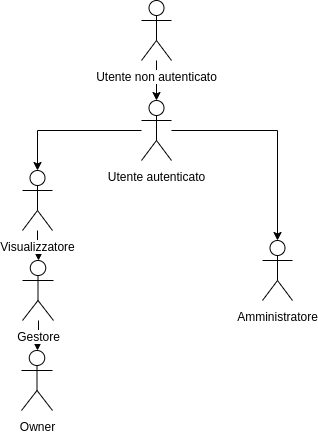
The draw.io diagram esterni/analisi-dei-requisiti/components/diagrams/users-diagrams/web_users.png in GruppOne/project-docs, before a commit. Source tidied: cells renumbered, new cells last; positions are measured from the earlier drawing's top-left corner, leaving out a move shared by most shapes.
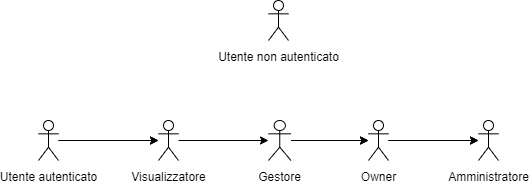
Above is the later version.

Commit message:
docs: modifica diagramma utenti web e app

The edit, as a diff of the source:
```diff
@@ -1,39 +1,47 @@
-<mxGraphModel background="#ffffff">
+<mxGraphModel>
   <root>
     <mxCell id="0" />
     <mxCell id="1" parent="0" />
-    <mxCell id="2" style="edgeStyle=orthogonalEdgeStyle;rounded=0;jettySize=auto;html=1;" parent="1" edge="1" source="3" target="6">
-      <mxGeometry relative="1" as="geometry" />
-    </mxCell>
     <mxCell id="3" value="Utente non autenticato" style="shape=umlActor;verticalLabelPosition=bottom;labelBackgroundColor=#ffffff;verticalAlign=top;html=1;" parent="1" vertex="1">
-      <mxGeometry x="120" width="30" height="60" as="geometry" />
+      <mxGeometry x="-49" y="10" width="20" height="40" as="geometry" />
     </mxCell>
-    <mxCell id="4" style="edgeStyle=orthogonalEdgeStyle;rounded=0;jettySize=auto;html=1;" parent="1" edge="1" source="6" target="9">
-      <mxGeometry relative="1" as="geometry" />
-    </mxCell>
-    <mxCell id="5" style="edgeStyle=orthogonalEdgeStyle;rounded=0;jettySize=auto;html=1;" parent="1" edge="1" source="6" target="7">
-      <mxGeometry relative="1" as="geometry" />
-    </mxCell>
+    <mxCell id="13" style="edgeStyle=orthogonalEdgeStyle;rounded=0;jettySize=auto;html=1;" parent="1" edge="1" source="6" target="9">
+      <mxGeometry relative="1" as="geometry" />
+    </mxCell>
+    <mxCell id="14" style="edgeStyle=orthogonalEdgeStyle;rounded=0;jettySize=auto;html=1;" parent="1" edge="1" source="6" target="9">
+      <mxGeometry relative="1" as="geometry" />
+    </mxCell>
     <mxCell id="6" value="Utente autenticato" style="shape=umlActor;verticalLabelPosition=bottom;labelBackgroundColor=#ffffff;verticalAlign=top;html=1;" parent="1" vertex="1">
-      <mxGeometry x="120" y="100" width="30" height="60" as="geometry" />
+      <mxGeometry x="-279" y="130" width="20" height="40" as="geometry" />
     </mxCell>
+    <mxCell id="15" style="edgeStyle=orthogonalEdgeStyle;rounded=0;jettySize=auto;html=1;" parent="1" edge="1" source="9">
+      <mxGeometry relative="1" as="geometry">
+        <mxPoint x="-49" y="150" as="targetPoint" />
+      </mxGeometry>
+    </mxCell>
+    <mxCell id="9" value="Visualizzatore" style="shape=umlActor;verticalLabelPosition=bottom;labelBackgroundColor=#ffffff;verticalAlign=top;html=1;" parent="1" vertex="1">
+      <mxGeometry x="-159" y="130" width="20" height="40" as="geometry" />
+    </mxCell>
+    <mxCell id="16" style="edgeStyle=orthogonalEdgeStyle;rounded=0;jettySize=auto;html=1;" parent="1" edge="1" source="11" target="12">
+      <mxGeometry relative="1" as="geometry" />
+    </mxCell>
+    <mxCell id="17" style="edgeStyle=orthogonalEdgeStyle;rounded=0;jettySize=auto;html=1;" parent="1" edge="1" source="11" target="12">
+      <mxGeometry relative="1" as="geometry" />
+    </mxCell>
+    <mxCell id="11" value="Gestore" style="shape=umlActor;verticalLabelPosition=bottom;labelBackgroundColor=#ffffff;verticalAlign=top;html=1;" parent="1" vertex="1">
+      <mxGeometry x="-49" y="130" width="22.5" height="40" as="geometry" />
+    </mxCell>
+    <mxCell id="18" style="edgeStyle=orthogonalEdgeStyle;rounded=0;jettySize=auto;html=1;" parent="1" edge="1" source="12" target="7">
+      <mxGeometry relative="1" as="geometry" />
+    </mxCell>
+    <mxCell id="19" style="edgeStyle=orthogonalEdgeStyle;rounded=0;jettySize=auto;html=1;" parent="1" edge="1" source="12" target="7">
+      <mxGeometry relative="1" as="geometry" />
+    </mxCell>
+    <mxCell id="12" value="Owner" style="shape=umlActor;verticalLabelPosition=bottom;labelBackgroundColor=#ffffff;verticalAlign=top;html=1;" parent="1" vertex="1">
+      <mxGeometry x="51" y="130" width="20" height="40" as="geometry" />
+    </mxCell>
     <mxCell id="7" value="Amministratore" style="shape=umlActor;verticalLabelPosition=bottom;labelBackgroundColor=#ffffff;verticalAlign=top;html=1;" parent="1" vertex="1">
-      <mxGeometry x="241" y="240" width="30" height="60" as="geometry" />
+      <mxGeometry x="161" y="130" width="20" height="40" as="geometry" />
     </mxCell>
-    <mxCell id="8" style="edgeStyle=orthogonalEdgeStyle;rounded=0;jettySize=auto;html=1;" parent="1" edge="1" source="9" target="11">
-      <mxGeometry relative="1" as="geometry" />
-    </mxCell>
-    <mxCell id="9" value="Visualizzatore" style="shape=umlActor;verticalLabelPosition=bottom;labelBackgroundColor=#ffffff;verticalAlign=top;html=1;" parent="1" vertex="1">
-      <mxGeometry x="1" y="170" width="30" height="60" as="geometry" />
-    </mxCell>
-    <mxCell id="10" style="edgeStyle=orthogonalEdgeStyle;rounded=0;jettySize=auto;html=1;" parent="1" edge="1" source="11" target="12">
-      <mxGeometry relative="1" as="geometry" />
-    </mxCell>
-    <mxCell id="11" value="Gestore" style="shape=umlActor;verticalLabelPosition=bottom;labelBackgroundColor=#ffffff;verticalAlign=top;html=1;" parent="1" vertex="1">
-      <mxGeometry x="1" y="260" width="31" height="60" as="geometry" />
-    </mxCell>
-    <mxCell id="12" value="Owner" style="shape=umlActor;verticalLabelPosition=bottom;labelBackgroundColor=#ffffff;verticalAlign=top;html=1;" parent="1" vertex="1">
-      <mxGeometry y="350" width="31" height="60" as="geometry" />
-    </mxCell>
   </root>
 </mxGraphModel>
```
